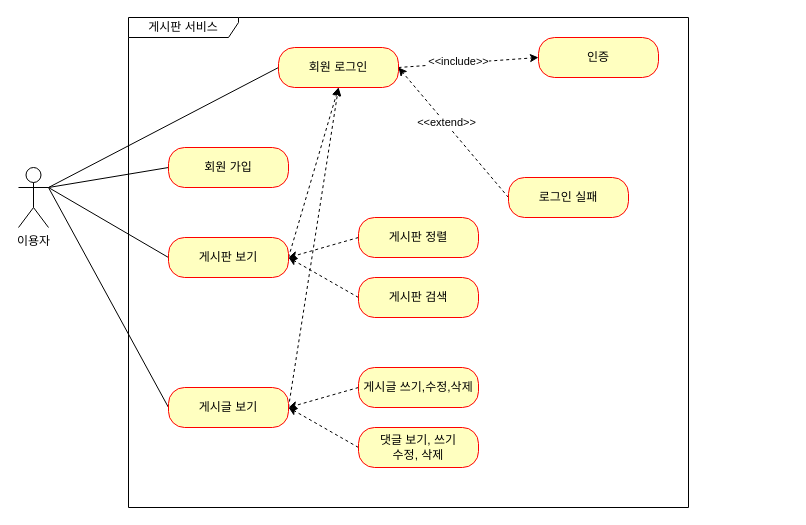
Above: document/제목 없는 다이어그램.drawio in mil2ne/board-proj-fc (draw.io), before the change. Source tidied: cells renumbered, new cells numbered last; positions are measured from the earlier drawing's top-left corner, leaving out a move shared by most shapes. Both pictures are drawn from the tidied source at 100%, with x=0, y=0 at pixel (18, 17).
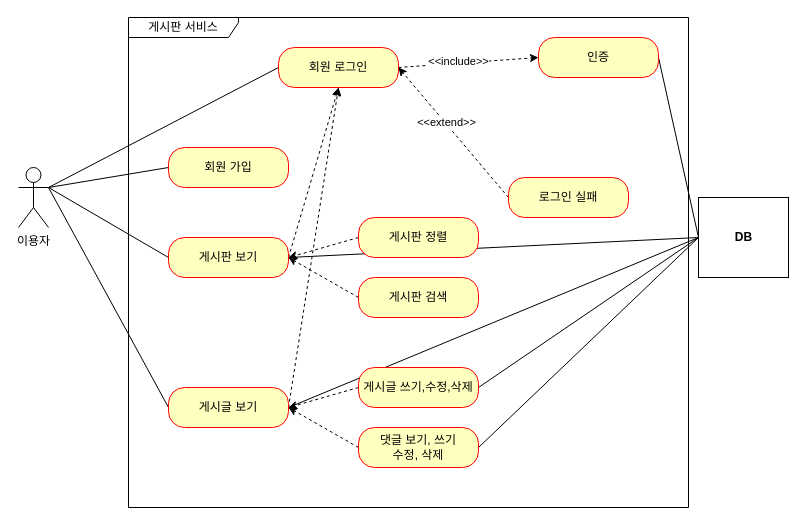
The same diagram, later.

Commit message:
제목 없는 다이어그램.drawio 업데이트

The change refers to these unchanged cells:
```xml
<mxCell id="8" value="게시판 보기" style="rounded=1;whiteSpace=wrap;html=1;arcSize=40;fontColor=#000000;fillColor=#ffffc0;strokeColor=#ff0000;" parent="1" vertex="1">
  <mxGeometry x="150" y="220" width="120" height="40" as="geometry" />
</mxCell>
<mxCell id="11" value="게시글 보기" style="rounded=1;whiteSpace=wrap;html=1;arcSize=40;fontColor=#000000;fillColor=#ffffc0;strokeColor=#ff0000;" parent="1" vertex="1">
  <mxGeometry x="150" y="370" width="120" height="40" as="geometry" />
</mxCell>
<mxCell id="16" value="인증" style="rounded=1;whiteSpace=wrap;html=1;arcSize=40;fontColor=#000000;fillColor=#ffffc0;strokeColor=#ff0000;" parent="1" vertex="1">
  <mxGeometry x="520" y="20" width="120" height="40" as="geometry" />
</mxCell>
<mxCell id="25" value="게시글 쓰기,수정,삭제" style="rounded=1;whiteSpace=wrap;html=1;arcSize=40;fontColor=#000000;fillColor=#ffffc0;strokeColor=#ff0000;" parent="1" vertex="1">
  <mxGeometry x="340" y="350" width="120" height="40" as="geometry" />
</mxCell>
<mxCell id="27" value="댓글 보기, 쓰기&lt;br&gt;수정, 삭제" style="rounded=1;whiteSpace=wrap;html=1;arcSize=40;fontColor=#000000;fillColor=#ffffc0;strokeColor=#ff0000;" parent="1" vertex="1">
  <mxGeometry x="340" y="410" width="120" height="40" as="geometry" />
</mxCell>
```

The edit, as a diff of the source:
```diff
@@
+    <mxCell id="28" style="edgeStyle=none;rounded=0;jettySize=auto;html=1;exitX=1;exitY=0.5;exitDx=0;exitDy=0;endArrow=none;endFill=0;entryX=0;entryY=0.5;entryDx=0;entryDy=0;" parent="1" edge="1" source="8" target="33">
+      <mxGeometry relative="1" as="geometry" />
+    </mxCell>
@@
+    <mxCell id="29" style="edgeStyle=none;rounded=0;jettySize=auto;html=1;exitX=1;exitY=0.5;exitDx=0;exitDy=0;entryX=0;entryY=0.5;entryDx=0;entryDy=0;endArrow=none;endFill=0;" parent="1" edge="1" source="11" target="33">
+      <mxGeometry relative="1" as="geometry" />
+    </mxCell>
@@
+    <mxCell id="30" style="edgeStyle=none;rounded=0;jettySize=auto;html=1;exitX=1;exitY=0.5;exitDx=0;exitDy=0;entryX=0;entryY=0.5;entryDx=0;entryDy=0;endArrow=none;endFill=0;" parent="1" edge="1" source="16" target="33">
+      <mxGeometry relative="1" as="geometry" />
+    </mxCell>
@@
+    <mxCell id="31" style="edgeStyle=none;rounded=0;jettySize=auto;html=1;exitX=1;exitY=0.5;exitDx=0;exitDy=0;entryX=0;entryY=0.5;entryDx=0;entryDy=0;endArrow=none;endFill=0;" parent="1" edge="1" source="25" target="33">
+      <mxGeometry relative="1" as="geometry" />
+    </mxCell>
@@
+    <mxCell id="32" style="edgeStyle=none;rounded=0;jettySize=auto;html=1;exitX=1;exitY=0.5;exitDx=0;exitDy=0;endArrow=none;endFill=0;" parent="1" edge="1" source="27">
+      <mxGeometry relative="1" as="geometry">
+        <mxPoint x="680" y="220" as="targetPoint" />
+      </mxGeometry>
+    </mxCell>
@@
+    <mxCell id="33" value="&lt;b&gt;DB&lt;/b&gt;" style="html=1;" parent="1" vertex="1">
+      <mxGeometry x="680" y="180" width="90" height="80" as="geometry" />
+    </mxCell>
+    <mxCell id="34" style="edgeStyle=none;rounded=0;orthogonalLoop=1;jettySize=auto;html=1;exitX=0;exitY=1;exitDx=0;exitDy=0;dashed=1;endArrow=classic;endFill=1;" parent="1" edge="1" source="33" target="33">
+      <mxGeometry relative="1" as="geometry" />
+    </mxCell>
```
